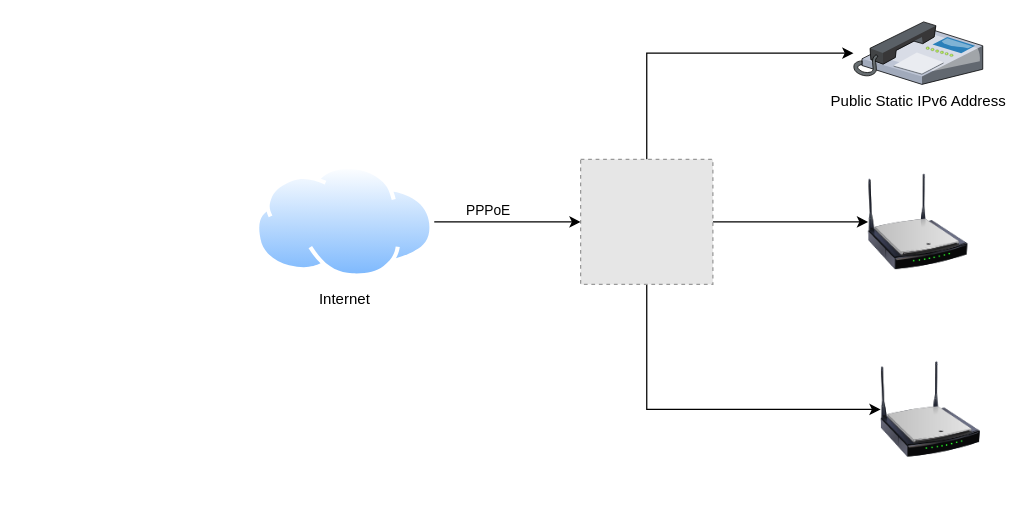
Earlier version of the draw.io diagram images/source/InitialState.drawio (aworley1/networking). Source tidied: cells renumbered, new cells numbered last; positions are measured from the earlier drawing's top-left corner, leaving out a move shared by most shapes. Both pictures are drawn from the tidied source at 125%, with x=0, y=0 at pixel (255, 21). Pictures stored in the file or linked from it are replaced by grey dashed boxes.
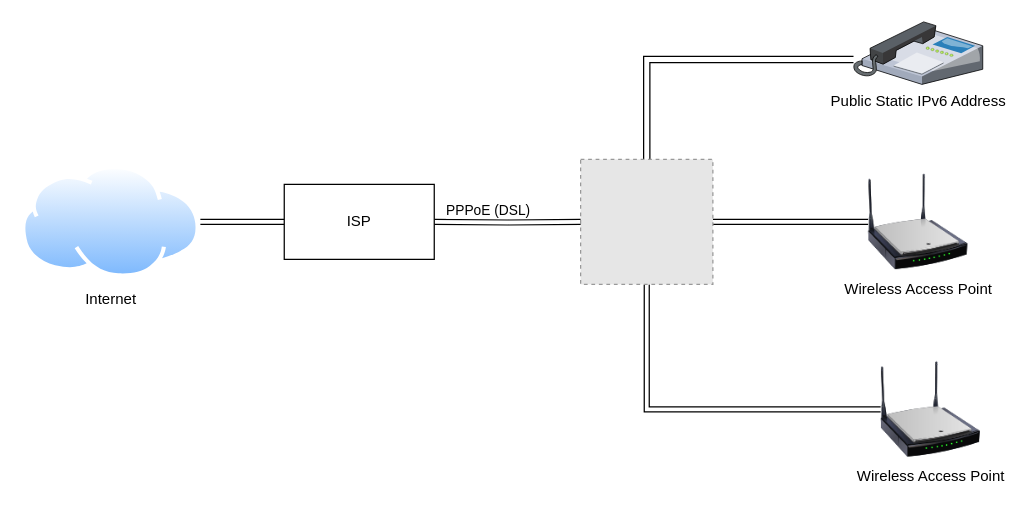
The same page after the edit.

Commit message (it also covers changes not shown here):
Small modifications to diagrams

The edit, as a diff of the source:
```diff
@@
 <mxGraphModel background="#ffffff">
   <root>
     <mxCell id="0" />
     <mxCell id="1" parent="0" />
-    <mxCell id="2" style="edgeStyle=orthogonalEdgeStyle;rounded=0;jettySize=auto;html=1;" parent="1" edge="1" source="5" target="8">
+    <mxCell id="2" style="edgeStyle=orthogonalEdgeStyle;rounded=0;jettySize=auto;html=1;shape=link;exitX=0.5;exitY=0;exitDx=0;exitDy=0;width=-5;" parent="1" edge="1" source="5" target="8">
       <mxGeometry relative="1" as="geometry">
         <Array as="points">
-          <mxPoint x="313" y="25" />
+          <mxPoint x="312.9" y="30" />
         </Array>
       </mxGeometry>
     </mxCell>
-    <mxCell id="3" style="edgeStyle=orthogonalEdgeStyle;rounded=0;jettySize=auto;html=1;" parent="1" edge="1" source="5" target="7">
+    <mxCell id="3" style="edgeStyle=orthogonalEdgeStyle;rounded=0;jettySize=auto;html=1;shape=link;" parent="1" edge="1" source="5" target="7">
       <mxGeometry relative="1" as="geometry" />
     </mxCell>
-    <mxCell id="4" style="edgeStyle=orthogonalEdgeStyle;rounded=0;jettySize=auto;html=1;entryX=0;entryY=0.5;entryDx=0;entryDy=0;" parent="1" edge="1" source="5" target="6">
+    <mxCell id="4" style="edgeStyle=orthogonalEdgeStyle;rounded=0;jettySize=auto;html=1;entryX=0;entryY=0.5;entryDx=0;entryDy=0;shape=link;" parent="1" edge="1" source="5" target="6">
       <mxGeometry relative="1" as="geometry">
         <Array as="points">
-          <mxPoint x="313" y="310" />
+          <mxPoint x="312.9" y="310" />
         </Array>
       </mxGeometry>
     </mxCell>
     <mxCell id="5" style="fillColor=#E6E6E6;strokeColor=#999999;dashed=1;" parent="1" vertex="1">
       <mxGeometry x="260" y="110" width="105.8" height="100" as="geometry" />
     </mxCell>
-    <mxCell id="6" style="image;html=1;labelBackgroundColor=#ffffff;image=img/lib/clip_art/networking/Wireless_Router_N_128x128.png;" parent="1" vertex="1">
+    <mxCell id="6" value="Wireless Access Point" style="image;html=1;labelBackgroundColor=#ffffff;image=img/lib/clip_art/networking/Wireless_Router_N_128x128.png;" parent="1" vertex="1">
       <mxGeometry x="500" y="270" width="80" height="80" as="geometry" />
     </mxCell>
-    <mxCell id="7" style="image;html=1;labelBackgroundColor=#ffffff;image=img/lib/clip_art/networking/Wireless_Router_N_128x128.png;" parent="1" vertex="1">
+    <mxCell id="7" value="Wireless Access Point" style="image;html=1;labelBackgroundColor=#ffffff;image=img/lib/clip_art/networking/Wireless_Router_N_128x128.png;" parent="1" vertex="1">
       <mxGeometry x="490" y="120" width="80" height="80" as="geometry" />
     </mxCell>
     <mxCell id="8" value="Public Static IPv6 Address" style="verticalLabelPosition=bottom;html=1;verticalAlign=top;strokeColor=none;align=center;outlineConnect=0;shape=mxgraph.citrix.ip_phone;" parent="1" vertex="1">
       <mxGeometry x="478.3" width="103.4" height="50" as="geometry" />
     </mxCell>
-    <mxCell id="9" style="edgeStyle=orthogonalEdgeStyle;rounded=0;jettySize=auto;html=1;" parent="1" edge="1" source="11" target="5">
-      <mxGeometry relative="1" as="geometry" />
+    <mxCell id="9" style="edgeStyle=orthogonalEdgeStyle;rounded=0;jettySize=auto;html=1;shape=link;" parent="1" edge="1" target="5">
+      <mxGeometry relative="1" as="geometry">
+        <mxPoint x="142.9" y="160" as="sourcePoint" />
+      </mxGeometry>
     </mxCell>
-    <mxCell id="10" value="PPPoE" style="edgeLabel;html=1;align=center;verticalAlign=middle;" parent="9" vertex="1">
+    <mxCell id="10" value="PPPoE (DSL)" style="edgeLabel;html=1;align=center;verticalAlign=middle;" parent="9" vertex="1">
       <mxGeometry x="-0.27" y="2" relative="1" as="geometry">
         <mxPoint y="-8" as="offset" />
       </mxGeometry>
     </mxCell>
+    <mxCell id="12" style="edgeStyle=orthogonalEdgeStyle;rounded=0;jettySize=auto;html=1;exitX=1;exitY=0.5;exitDx=0;exitDy=0;shape=link;" parent="1" edge="1" source="11" target="13">
+      <mxGeometry relative="1" as="geometry" />
+    </mxCell>
     <mxCell id="11" value="Internet" style="perimeter=ellipsePerimeter;html=1;align=center;shadow=0;dashed=0;spacingTop=3;image;image=img/lib/active_directory/internet_cloud.svg;" parent="1" vertex="1">
-      <mxGeometry y="115" width="142.9" height="90" as="geometry" />
+      <mxGeometry x="-187.1" y="115" width="142.9" height="90" as="geometry" />
     </mxCell>
+    <mxCell id="13" value="ISP" style="rounded=0;whiteSpace=wrap;html=1;" parent="1" vertex="1">
+      <mxGeometry x="22.9" y="130" width="120" height="60" as="geometry" />
+    </mxCell>
   </root>
 </mxGraphModel>
```
